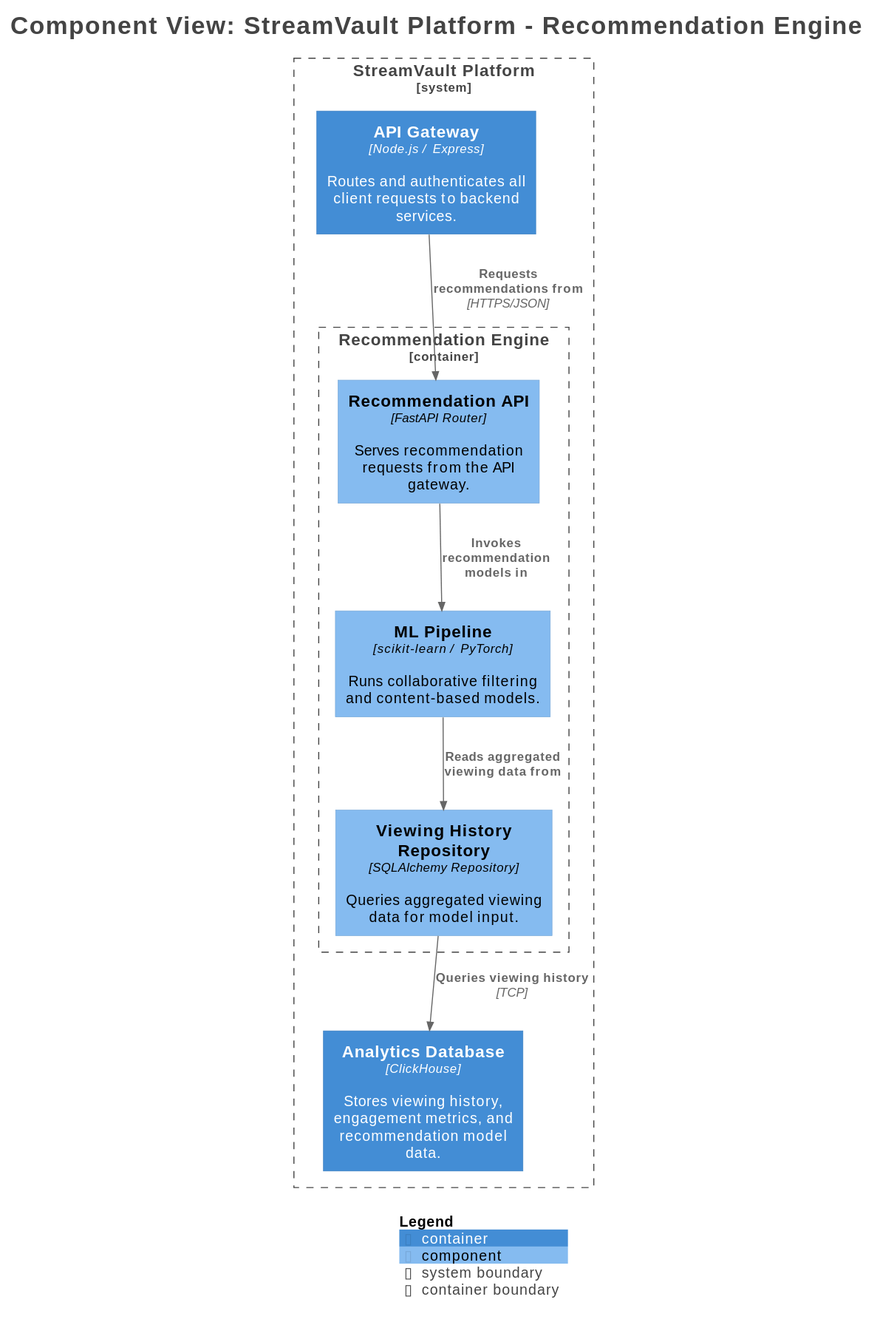
This is plugins/c4-architecture/skills/c4-architecture/examples/.diagrams/ComponentsOfRecommendationEngine.svg from CodelianceAI/Codeliance-Skills, a PlantUML export, as it was before one commit. The source it was exported from:
```plantuml
@startuml
title <size:24>Component View: StreamVault Platform - Recommendation Engine</size>

set separator none
top to bottom direction

<style>
  root {
    BackgroundColor: #ffffff
    FontColor: #444444
  }
</style>

!include <C4/C4>
!include <C4/C4_Context>
!include <C4/C4_Container>
!include <C4/C4_Component>

System_Boundary("StreamVaultPlatform_boundary", "StreamVault Platform", $tags="") {
  Container_Boundary("StreamVaultPlatform.RecommendationEngine_boundary", "Recommendation Engine", $tags="") {
    Component(StreamVaultPlatform.RecommendationEngine.RecommendationAPI, "Recommendation API", $techn="FastAPI Router", $descr="Serves recommendation requests from the API gateway.", $tags="", $link="")
    Component(StreamVaultPlatform.RecommendationEngine.MLPipeline, "ML Pipeline", $techn="scikit-learn / PyTorch", $descr="Runs collaborative filtering and content-based models.", $tags="", $link="")
    Component(StreamVaultPlatform.RecommendationEngine.ViewingHistoryRepository, "Viewing History Repository", $techn="SQLAlchemy Repository", $descr="Queries aggregated viewing data for model input.", $tags="", $link="")
  }

  Container(StreamVaultPlatform.AnalyticsDatabase, "Analytics Database", $techn="ClickHouse", $descr="Stores viewing history, engagement metrics, and recommendation model data.", $tags="", $link="")
  Container(StreamVaultPlatform.APIGateway, "API Gateway", $techn="Node.js / Express", $descr="Routes and authenticates all client requests to backend services.", $tags="", $link="ComponentsOfApiGateway.svg")
}

Rel(StreamVaultPlatform.APIGateway, StreamVaultPlatform.RecommendationEngine.RecommendationAPI, "Requests recommendations from", $techn="HTTPS/JSON", $tags="", $link="")
Rel(StreamVaultPlatform.RecommendationEngine.RecommendationAPI, StreamVaultPlatform.RecommendationEngine.MLPipeline, "Invokes recommendation models in", $techn="", $tags="", $link="")
Rel(StreamVaultPlatform.RecommendationEngine.MLPipeline, StreamVaultPlatform.RecommendationEngine.ViewingHistoryRepository, "Reads aggregated viewing data from", $techn="", $tags="", $link="")
Rel(StreamVaultPlatform.RecommendationEngine.ViewingHistoryRepository, StreamVaultPlatform.AnalyticsDatabase, "Queries viewing history", $techn="TCP", $tags="", $link="")

SHOW_LEGEND(true)
hide stereotypes
@enduml
```
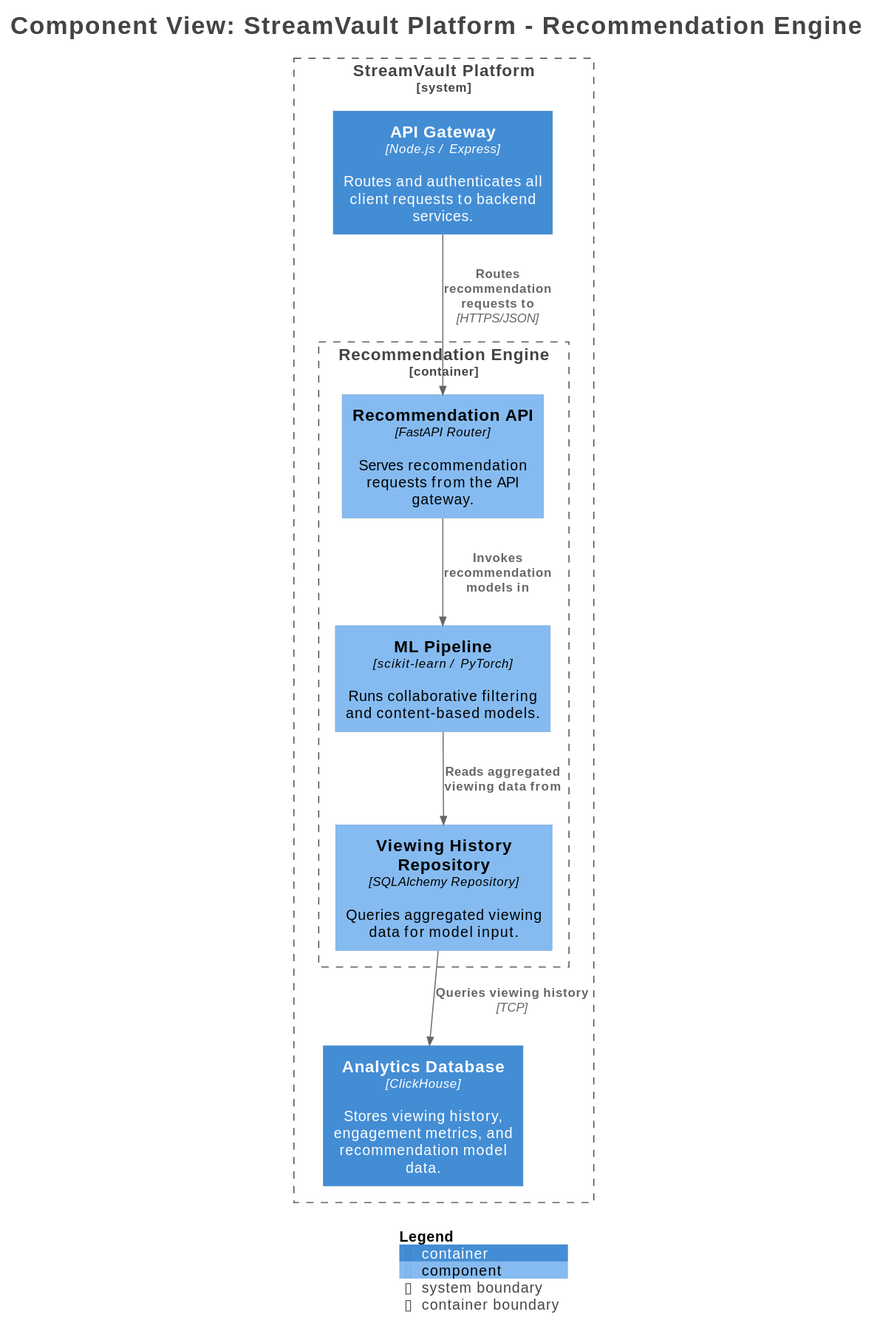
The same diagram one commit later.

The edit, as a diff of the source:
```diff
@@ -27,7 +27,7 @@
   Container(StreamVaultPlatform.APIGateway, "API Gateway", $techn="Node.js / Express", $descr="Routes and authenticates all client requests to backend services.", $tags="", $link="ComponentsOfApiGateway.svg")
 }
 
-Rel(StreamVaultPlatform.APIGateway, StreamVaultPlatform.RecommendationEngine.RecommendationAPI, "Requests recommendations from", $techn="HTTPS/JSON", $tags="", $link="")
+Rel(StreamVaultPlatform.APIGateway, StreamVaultPlatform.RecommendationEngine.RecommendationAPI, "Routes recommendation requests to", $techn="HTTPS/JSON", $tags="", $link="")
 Rel(StreamVaultPlatform.RecommendationEngine.RecommendationAPI, StreamVaultPlatform.RecommendationEngine.MLPipeline, "Invokes recommendation models in", $techn="", $tags="", $link="")
 Rel(StreamVaultPlatform.RecommendationEngine.MLPipeline, StreamVaultPlatform.RecommendationEngine.ViewingHistoryRepository, "Reads aggregated viewing data from", $techn="", $tags="", $link="")
 Rel(StreamVaultPlatform.RecommendationEngine.ViewingHistoryRepository, StreamVaultPlatform.AnalyticsDatabase, "Queries viewing history", $techn="TCP", $tags="", $link="")
```
